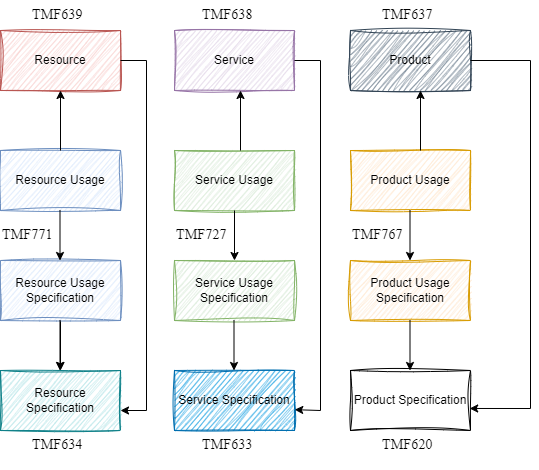
This is Unbenanntes Diagramm.drawio.png from slookin/stuff, a draw.io export, as it was before one commit. Source tidied: cells renumbered, new cells last; positions are measured from the earlier drawing's top-left corner, leaving out a move shared by most shapes. Source of this version:
```xml
<mxGraphModel>
  <root>
    <mxCell id="0" />
    <mxCell id="1" parent="0" />
    <mxCell id="2" value="Resource Usage" style="rounded=0;whiteSpace=wrap;html=1;sketch=1;curveFitting=1;jiggle=2;fillColor=#dae8fc;strokeColor=#6c8ebf;" parent="1" vertex="1">
      <mxGeometry y="150" width="120" height="60" as="geometry" />
    </mxCell>
    <mxCell id="3" style="edgeStyle=orthogonalEdgeStyle;rounded=0;jettySize=auto;html=1;" parent="1" edge="1" source="4" target="12">
      <mxGeometry relative="1" as="geometry" />
    </mxCell>
    <mxCell id="4" value="Resource Usage Specification" style="rounded=0;whiteSpace=wrap;html=1;sketch=1;curveFitting=1;jiggle=2;fillColor=#dae8fc;strokeColor=#6c8ebf;" parent="1" vertex="1">
      <mxGeometry y="260" width="120" height="60" as="geometry" />
    </mxCell>
    <mxCell id="5" value="Service Usage" style="rounded=0;whiteSpace=wrap;html=1;sketch=1;curveFitting=1;jiggle=2;fillColor=#d5e8d4;strokeColor=#82b366;" parent="1" vertex="1">
      <mxGeometry x="174" y="150" width="120" height="60" as="geometry" />
    </mxCell>
    <mxCell id="6" value="Service Usage Specification" style="rounded=0;whiteSpace=wrap;html=1;sketch=1;curveFitting=1;jiggle=2;fillColor=#d5e8d4;strokeColor=#82b366;" parent="1" vertex="1">
      <mxGeometry x="174" y="260" width="120" height="60" as="geometry" />
    </mxCell>
    <mxCell id="7" value="Product Usage" style="rounded=0;whiteSpace=wrap;html=1;sketch=1;curveFitting=1;jiggle=2;fillColor=#ffe6cc;strokeColor=#d79b00;" parent="1" vertex="1">
      <mxGeometry x="350" y="150" width="120" height="60" as="geometry" />
    </mxCell>
    <mxCell id="8" value="Product&amp;nbsp;Usage Specification" style="rounded=0;whiteSpace=wrap;html=1;sketch=1;curveFitting=1;jiggle=2;fillColor=#ffe6cc;strokeColor=#d79b00;" parent="1" vertex="1">
      <mxGeometry x="350" y="260" width="120" height="60" as="geometry" />
    </mxCell>
    <mxCell id="9" value="Resource" style="rounded=0;whiteSpace=wrap;html=1;sketch=1;curveFitting=1;jiggle=2;fillColor=#f8cecc;strokeColor=#b85450;" parent="1" vertex="1">
      <mxGeometry y="30" width="120" height="60" as="geometry" />
    </mxCell>
    <mxCell id="10" value="Service" style="rounded=0;whiteSpace=wrap;html=1;sketch=1;curveFitting=1;jiggle=2;fillColor=#e1d5e7;strokeColor=#9673a6;" parent="1" vertex="1">
      <mxGeometry x="174" y="30" width="120" height="60" as="geometry" />
    </mxCell>
    <mxCell id="11" value="Product" style="rounded=0;whiteSpace=wrap;html=1;sketch=1;curveFitting=1;jiggle=2;fillColor=#647687;fontColor=#000000;strokeColor=#314354;" parent="1" vertex="1">
      <mxGeometry x="350" y="30" width="120" height="60" as="geometry" />
    </mxCell>
    <mxCell id="12" value="Resource Specification" style="rounded=0;whiteSpace=wrap;html=1;sketch=1;curveFitting=1;jiggle=2;fillColor=#b0e3e6;strokeColor=#0e8088;" parent="1" vertex="1">
      <mxGeometry y="370" width="120" height="60" as="geometry" />
    </mxCell>
    <mxCell id="13" value="Product Specification" style="rounded=0;whiteSpace=wrap;html=1;sketch=1;curveFitting=1;jiggle=2;" parent="1" vertex="1">
      <mxGeometry x="350" y="370" width="120" height="60" as="geometry" />
    </mxCell>
    <mxCell id="14" value="Service Specification" style="rounded=0;whiteSpace=wrap;html=1;sketch=1;curveFitting=1;jiggle=2;fillColor=#1ba1e2;strokeColor=#006EAF;fontColor=#000000;" parent="1" vertex="1">
      <mxGeometry x="174" y="370" width="120" height="60" as="geometry" />
    </mxCell>
    <mxCell id="15" style="endArrow=classic;html=1;rounded=0;exitX=0.5;exitY=1;exitDx=0;exitDy=0;entryX=0.5;entryY=0;entryDx=0;entryDy=0;" parent="1" edge="1" source="5" target="6">
      <mxGeometry relative="1" as="geometry" />
    </mxCell>
    <mxCell id="16" style="endArrow=classic;html=1;rounded=0;exitX=0.5;exitY=1;exitDx=0;exitDy=0;entryX=0.5;entryY=0;entryDx=0;entryDy=0;" parent="1" edge="1">
      <mxGeometry relative="1" as="geometry">
        <mxPoint x="409.5" y="210" as="sourcePoint" />
        <mxPoint x="409.5" y="260" as="targetPoint" />
      </mxGeometry>
    </mxCell>
    <mxCell id="17" style="endArrow=classic;html=1;rounded=0;exitX=0.5;exitY=1;exitDx=0;exitDy=0;entryX=0.5;entryY=0;entryDx=0;entryDy=0;" parent="1" edge="1">
      <mxGeometry relative="1" as="geometry">
        <mxPoint x="409.5" y="320" as="sourcePoint" />
        <mxPoint x="409.5" y="370" as="targetPoint" />
      </mxGeometry>
    </mxCell>
    <mxCell id="18" style="endArrow=classic;html=1;rounded=0;exitX=0.5;exitY=1;exitDx=0;exitDy=0;entryX=0.5;entryY=0;entryDx=0;entryDy=0;" parent="1" edge="1">
      <mxGeometry relative="1" as="geometry">
        <mxPoint x="233.5" y="320" as="sourcePoint" />
        <mxPoint x="233.5" y="370" as="targetPoint" />
      </mxGeometry>
    </mxCell>
    <mxCell id="19" style="endArrow=classic;html=1;rounded=0;exitX=0.5;exitY=1;exitDx=0;exitDy=0;entryX=0.5;entryY=0;entryDx=0;entryDy=0;" parent="1" edge="1">
      <mxGeometry relative="1" as="geometry">
        <mxPoint x="59.5" y="320" as="sourcePoint" />
        <mxPoint x="59.5" y="370" as="targetPoint" />
      </mxGeometry>
    </mxCell>
    <mxCell id="20" style="endArrow=classic;html=1;rounded=0;exitX=0.5;exitY=1;exitDx=0;exitDy=0;entryX=0.5;entryY=0;entryDx=0;entryDy=0;" parent="1" edge="1">
      <mxGeometry relative="1" as="geometry">
        <mxPoint x="59.5" y="210" as="sourcePoint" />
        <mxPoint x="59.5" y="260" as="targetPoint" />
      </mxGeometry>
    </mxCell>
    <mxCell id="21" style="endArrow=classic;html=1;rounded=0;exitX=1;exitY=0.5;exitDx=0;exitDy=0;entryX=0.993;entryY=0.633;entryDx=0;entryDy=0;entryPerimeter=0;" parent="1" edge="1" source="11" target="13">
      <mxGeometry relative="1" as="geometry">
        <Array as="points">
          <mxPoint x="530" y="60" />
          <mxPoint x="530" y="408" />
        </Array>
      </mxGeometry>
    </mxCell>
    <mxCell id="22" style="endArrow=classic;html=1;rounded=0;entryX=1.002;entryY=0.653;entryDx=0;entryDy=0;entryPerimeter=0;exitX=1;exitY=0.5;exitDx=0;exitDy=0;" parent="1" edge="1" source="10" target="14">
      <mxGeometry relative="1" as="geometry">
        <Array as="points">
          <mxPoint x="320" y="60" />
          <mxPoint x="320" y="410" />
        </Array>
      </mxGeometry>
    </mxCell>
    <mxCell id="23" style="endArrow=classic;html=1;rounded=0;exitX=1;exitY=0.5;exitDx=0;exitDy=0;" parent="1" edge="1">
      <mxGeometry relative="1" as="geometry">
        <mxPoint x="120" y="60" as="sourcePoint" />
        <mxPoint x="120" y="410" as="targetPoint" />
        <Array as="points">
          <mxPoint x="146" y="60" />
          <mxPoint x="146" y="410" />
        </Array>
      </mxGeometry>
    </mxCell>
    <mxCell id="24" style="endArrow=classic;html=1;rounded=0;entryX=0.5;entryY=1;entryDx=0;entryDy=0;exitX=0.5;exitY=0;exitDx=0;exitDy=0;" parent="1" edge="1" source="2" target="9">
      <mxGeometry relative="1" as="geometry" />
    </mxCell>
    <mxCell id="25" style="endArrow=classic;html=1;rounded=0;entryX=0.5;entryY=1;entryDx=0;entryDy=0;exitX=0.5;exitY=0;exitDx=0;exitDy=0;" parent="1" edge="1">
      <mxGeometry relative="1" as="geometry">
        <mxPoint x="240" y="150" as="sourcePoint" />
        <mxPoint x="240" y="90" as="targetPoint" />
      </mxGeometry>
    </mxCell>
    <mxCell id="26" style="endArrow=classic;html=1;rounded=0;entryX=0.5;entryY=1;entryDx=0;entryDy=0;exitX=0.5;exitY=0;exitDx=0;exitDy=0;" parent="1" edge="1">
      <mxGeometry relative="1" as="geometry">
        <mxPoint x="420" y="150" as="sourcePoint" />
        <mxPoint x="420" y="90" as="targetPoint" />
      </mxGeometry>
    </mxCell>
    <mxCell id="27" value="&lt;span style=&quot;color: rgb(0, 0, 0); font-family: __gothamFont_add2ec, __gothamFont_Fallback_add2ec; font-size: 14px; font-style: normal; font-variant-ligatures: normal; font-variant-caps: normal; font-weight: 400; letter-spacing: 0.14994px; orphans: 2; text-align: center; text-indent: 0px; text-transform: none; widows: 2; word-spacing: 0px; -webkit-text-stroke-width: 0px; background-color: rgb(255, 255, 255); text-decoration-thickness: initial; text-decoration-style: initial; text-decoration-color: initial; float: none; display: inline !important;&quot;&gt;TMF637&lt;/span&gt;" style="text;whiteSpace=wrap;html=1;" parent="1" vertex="1">
      <mxGeometry x="380" width="80" height="40" as="geometry" />
    </mxCell>
    <mxCell id="28" value="&lt;span style=&quot;color: rgb(0, 0, 0); font-family: __gothamFont_add2ec, __gothamFont_Fallback_add2ec; font-size: 14px; font-style: normal; font-variant-ligatures: normal; font-variant-caps: normal; font-weight: 400; letter-spacing: 0.14994px; orphans: 2; text-align: center; text-indent: 0px; text-transform: none; widows: 2; word-spacing: 0px; -webkit-text-stroke-width: 0px; background-color: rgb(255, 255, 255); text-decoration-thickness: initial; text-decoration-style: initial; text-decoration-color: initial; float: none; display: inline !important;&quot;&gt;TMF638&lt;/span&gt;" style="text;whiteSpace=wrap;html=1;" parent="1" vertex="1">
      <mxGeometry x="200" width="80" height="40" as="geometry" />
    </mxCell>
    <mxCell id="29" value="&lt;span style=&quot;color: rgb(0, 0, 0); font-family: __gothamFont_add2ec, __gothamFont_Fallback_add2ec; font-size: 14px; font-style: normal; font-variant-ligatures: normal; font-variant-caps: normal; font-weight: 400; letter-spacing: 0.14994px; orphans: 2; text-align: center; text-indent: 0px; text-transform: none; widows: 2; word-spacing: 0px; -webkit-text-stroke-width: 0px; background-color: rgb(255, 255, 255); text-decoration-thickness: initial; text-decoration-style: initial; text-decoration-color: initial; float: none; display: inline !important;&quot;&gt;TMF639&lt;/span&gt;" style="text;whiteSpace=wrap;html=1;" parent="1" vertex="1">
      <mxGeometry x="30" width="80" height="40" as="geometry" />
    </mxCell>
    <mxCell id="30" value="&lt;span style=&quot;color: rgb(0, 0, 0); font-family: __gothamFont_add2ec, __gothamFont_Fallback_add2ec; font-size: 14px; font-style: normal; font-variant-ligatures: normal; font-variant-caps: normal; font-weight: 400; letter-spacing: 0.14994px; orphans: 2; text-align: center; text-indent: 0px; text-transform: none; widows: 2; word-spacing: 0px; -webkit-text-stroke-width: 0px; background-color: rgb(255, 255, 255); text-decoration-thickness: initial; text-decoration-style: initial; text-decoration-color: initial; float: none; display: inline !important;&quot;&gt;TMF633&lt;/span&gt;" style="text;whiteSpace=wrap;html=1;" parent="1" vertex="1">
      <mxGeometry x="200" y="430" width="80" height="40" as="geometry" />
    </mxCell>
    <mxCell id="31" value="&lt;span style=&quot;color: rgb(0, 0, 0); font-family: __gothamFont_add2ec, __gothamFont_Fallback_add2ec; font-size: 14px; font-style: normal; font-variant-ligatures: normal; font-variant-caps: normal; font-weight: 400; letter-spacing: 0.14994px; orphans: 2; text-align: center; text-indent: 0px; text-transform: none; widows: 2; word-spacing: 0px; -webkit-text-stroke-width: 0px; background-color: rgb(255, 255, 255); text-decoration-thickness: initial; text-decoration-style: initial; text-decoration-color: initial; float: none; display: inline !important;&quot;&gt;TMF620&lt;/span&gt;" style="text;whiteSpace=wrap;html=1;" parent="1" vertex="1">
      <mxGeometry x="380" y="430" width="80" height="40" as="geometry" />
    </mxCell>
    <mxCell id="32" value="&lt;span style=&quot;color: rgb(0, 0, 0); font-family: __gothamFont_add2ec, __gothamFont_Fallback_add2ec; font-size: 14px; font-style: normal; font-variant-ligatures: normal; font-variant-caps: normal; font-weight: 400; letter-spacing: 0.14994px; orphans: 2; text-align: center; text-indent: 0px; text-transform: none; widows: 2; word-spacing: 0px; -webkit-text-stroke-width: 0px; background-color: rgb(255, 255, 255); text-decoration-thickness: initial; text-decoration-style: initial; text-decoration-color: initial; float: none; display: inline !important;&quot;&gt;TMF634&lt;/span&gt;" style="text;whiteSpace=wrap;html=1;" parent="1" vertex="1">
      <mxGeometry x="30" y="430" width="80" height="30" as="geometry" />
    </mxCell>
    <mxCell id="33" value="&lt;span style=&quot;color: rgb(0, 0, 0); font-family: __gothamFont_add2ec, __gothamFont_Fallback_add2ec; font-size: 14px; font-style: normal; font-variant-ligatures: normal; font-variant-caps: normal; font-weight: 400; letter-spacing: 0.14994px; orphans: 2; text-align: center; text-indent: 0px; text-transform: none; widows: 2; word-spacing: 0px; -webkit-text-stroke-width: 0px; background-color: rgb(255, 255, 255); text-decoration-thickness: initial; text-decoration-style: initial; text-decoration-color: initial; float: none; display: inline !important;&quot;&gt;TMF771&lt;/span&gt;" style="text;whiteSpace=wrap;html=1;" parent="1" vertex="1">
      <mxGeometry y="220" width="80" height="40" as="geometry" />
    </mxCell>
    <mxCell id="34" value="&lt;span style=&quot;color: rgb(0, 0, 0); font-family: __gothamFont_add2ec, __gothamFont_Fallback_add2ec; font-size: 14px; font-style: normal; font-variant-ligatures: normal; font-variant-caps: normal; font-weight: 400; letter-spacing: 0.14994px; orphans: 2; text-align: center; text-indent: 0px; text-transform: none; widows: 2; word-spacing: 0px; -webkit-text-stroke-width: 0px; background-color: rgb(255, 255, 255); text-decoration-thickness: initial; text-decoration-style: initial; text-decoration-color: initial; float: none; display: inline !important;&quot;&gt;TMF727&lt;/span&gt;" style="text;whiteSpace=wrap;html=1;" parent="1" vertex="1">
      <mxGeometry x="174" y="220" width="80" height="40" as="geometry" />
    </mxCell>
    <mxCell id="35" value="&lt;span style=&quot;color: rgb(0, 0, 0); font-family: __gothamFont_add2ec, __gothamFont_Fallback_add2ec; font-size: 14px; font-style: normal; font-variant-ligatures: normal; font-variant-caps: normal; font-weight: 400; letter-spacing: 0.14994px; orphans: 2; text-align: center; text-indent: 0px; text-transform: none; widows: 2; word-spacing: 0px; -webkit-text-stroke-width: 0px; background-color: rgb(255, 255, 255); text-decoration-thickness: initial; text-decoration-style: initial; text-decoration-color: initial; float: none; display: inline !important;&quot;&gt;TMF767&lt;/span&gt;" style="text;whiteSpace=wrap;html=1;" parent="1" vertex="1">
      <mxGeometry x="350" y="220" width="80" height="40" as="geometry" />
    </mxCell>
  </root>
</mxGraphModel>
```
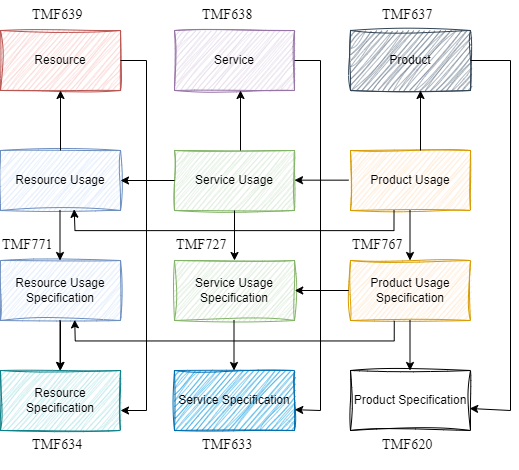
Later version of the same file.

Change to the diagram source:
```diff
@@ -77,8 +77,8 @@
     <mxCell id="21" style="endArrow=classic;html=1;rounded=0;exitX=1;exitY=0.5;exitDx=0;exitDy=0;entryX=0.993;entryY=0.633;entryDx=0;entryDy=0;entryPerimeter=0;" parent="1" edge="1" source="11" target="13">
       <mxGeometry relative="1" as="geometry">
         <Array as="points">
-          <mxPoint x="530" y="60" />
-          <mxPoint x="530" y="408" />
+          <mxPoint x="510" y="60" />
+          <mxPoint x="510" y="410" />
         </Array>
       </mxGeometry>
     </mxCell>
@@ -134,13 +134,47 @@
       <mxGeometry x="30" y="430" width="80" height="30" as="geometry" />
     </mxCell>
     <mxCell id="33" value="&lt;span style=&quot;color: rgb(0, 0, 0); font-family: __gothamFont_add2ec, __gothamFont_Fallback_add2ec; font-size: 14px; font-style: normal; font-variant-ligatures: normal; font-variant-caps: normal; font-weight: 400; letter-spacing: 0.14994px; orphans: 2; text-align: center; text-indent: 0px; text-transform: none; widows: 2; word-spacing: 0px; -webkit-text-stroke-width: 0px; background-color: rgb(255, 255, 255); text-decoration-thickness: initial; text-decoration-style: initial; text-decoration-color: initial; float: none; display: inline !important;&quot;&gt;TMF771&lt;/span&gt;" style="text;whiteSpace=wrap;html=1;" parent="1" vertex="1">
-      <mxGeometry y="220" width="80" height="40" as="geometry" />
+      <mxGeometry y="230" width="80" height="40" as="geometry" />
     </mxCell>
     <mxCell id="34" value="&lt;span style=&quot;color: rgb(0, 0, 0); font-family: __gothamFont_add2ec, __gothamFont_Fallback_add2ec; font-size: 14px; font-style: normal; font-variant-ligatures: normal; font-variant-caps: normal; font-weight: 400; letter-spacing: 0.14994px; orphans: 2; text-align: center; text-indent: 0px; text-transform: none; widows: 2; word-spacing: 0px; -webkit-text-stroke-width: 0px; background-color: rgb(255, 255, 255); text-decoration-thickness: initial; text-decoration-style: initial; text-decoration-color: initial; float: none; display: inline !important;&quot;&gt;TMF727&lt;/span&gt;" style="text;whiteSpace=wrap;html=1;" parent="1" vertex="1">
-      <mxGeometry x="174" y="220" width="80" height="40" as="geometry" />
+      <mxGeometry x="174" y="230" width="80" height="40" as="geometry" />
     </mxCell>
     <mxCell id="35" value="&lt;span style=&quot;color: rgb(0, 0, 0); font-family: __gothamFont_add2ec, __gothamFont_Fallback_add2ec; font-size: 14px; font-style: normal; font-variant-ligatures: normal; font-variant-caps: normal; font-weight: 400; letter-spacing: 0.14994px; orphans: 2; text-align: center; text-indent: 0px; text-transform: none; widows: 2; word-spacing: 0px; -webkit-text-stroke-width: 0px; background-color: rgb(255, 255, 255); text-decoration-thickness: initial; text-decoration-style: initial; text-decoration-color: initial; float: none; display: inline !important;&quot;&gt;TMF767&lt;/span&gt;" style="text;whiteSpace=wrap;html=1;" parent="1" vertex="1">
-      <mxGeometry x="350" y="220" width="80" height="40" as="geometry" />
+      <mxGeometry x="350" y="230" width="80" height="40" as="geometry" />
     </mxCell>
+    <mxCell id="36" style="endArrow=classic;html=1;rounded=0;entryX=1;entryY=0.5;entryDx=0;entryDy=0;exitX=0;exitY=0.5;exitDx=0;exitDy=0;" parent="1" edge="1" source="5" target="2">
+      <mxGeometry relative="1" as="geometry" />
+    </mxCell>
+    <mxCell id="37" style="endArrow=classic;html=1;rounded=0;entryX=1;entryY=0.5;entryDx=0;entryDy=0;exitX=0;exitY=0.5;exitDx=0;exitDy=0;" parent="1" edge="1">
+      <mxGeometry relative="1" as="geometry">
+        <mxPoint x="348" y="179.7" as="sourcePoint" />
+        <mxPoint x="294" y="179.7" as="targetPoint" />
+      </mxGeometry>
+    </mxCell>
+    <mxCell id="38" style="endArrow=classic;html=1;rounded=0;exitX=0.367;exitY=0.998;exitDx=0;exitDy=0;exitPerimeter=0;entryX=0.614;entryY=0.98;entryDx=0;entryDy=0;entryPerimeter=0;" parent="1" edge="1" target="2">
+      <mxGeometry relative="1" as="geometry">
+        <mxPoint x="393.5" y="210" as="sourcePoint" />
+        <Array as="points">
+          <mxPoint x="393.5" y="230.1" />
+          <mxPoint x="74.5" y="230.1" />
+        </Array>
+      </mxGeometry>
+    </mxCell>
+    <mxCell id="39" style="endArrow=classic;html=1;rounded=0;entryX=1;entryY=0.5;entryDx=0;entryDy=0;exitX=0;exitY=0.5;exitDx=0;exitDy=0;" parent="1" edge="1">
+      <mxGeometry relative="1" as="geometry">
+        <mxPoint x="348.2" y="290" as="sourcePoint" />
+        <mxPoint x="294.2" y="290" as="targetPoint" />
+      </mxGeometry>
+    </mxCell>
+    <mxCell id="40" style="endArrow=classic;html=1;rounded=0;exitX=0.367;exitY=0.998;exitDx=0;exitDy=0;exitPerimeter=0;entryX=0.614;entryY=0.98;entryDx=0;entryDy=0;entryPerimeter=0;" parent="1" edge="1">
+      <mxGeometry relative="1" as="geometry">
+        <mxPoint x="393.8" y="320.3" as="sourcePoint" />
+        <mxPoint x="74.2" y="319.3" as="targetPoint" />
+        <Array as="points">
+          <mxPoint x="393.7" y="340.5" />
+          <mxPoint x="74.7" y="340.5" />
+        </Array>
+      </mxGeometry>
+    </mxCell>
   </root>
 </mxGraphModel>
```
